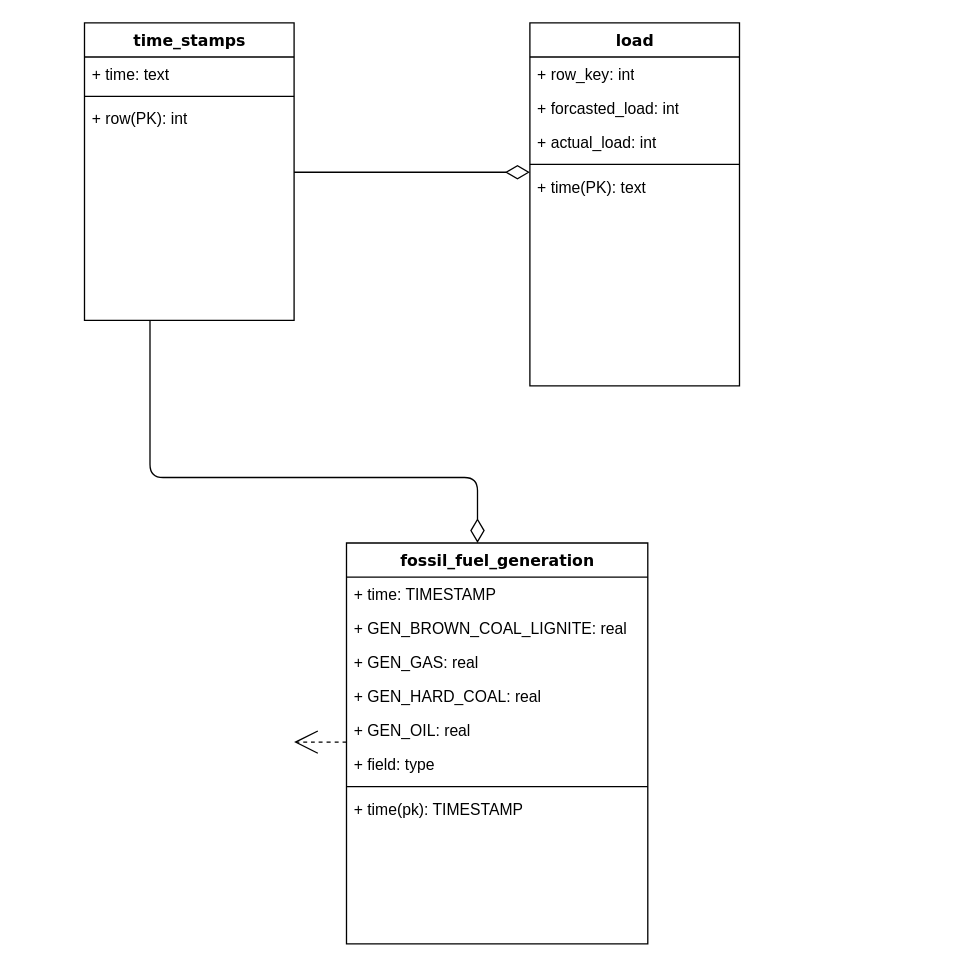
Earlier version of the draw.io diagram database_schema.drawio (gagaynor/renewable-energy-website). Source tidied: cells renumbered, new cells numbered last; positions are measured from the earlier drawing's top-left corner, leaving out a move shared by most shapes. Both pictures are drawn from the tidied source at 131%, with x=0, y=0 at pixel (84, 22).
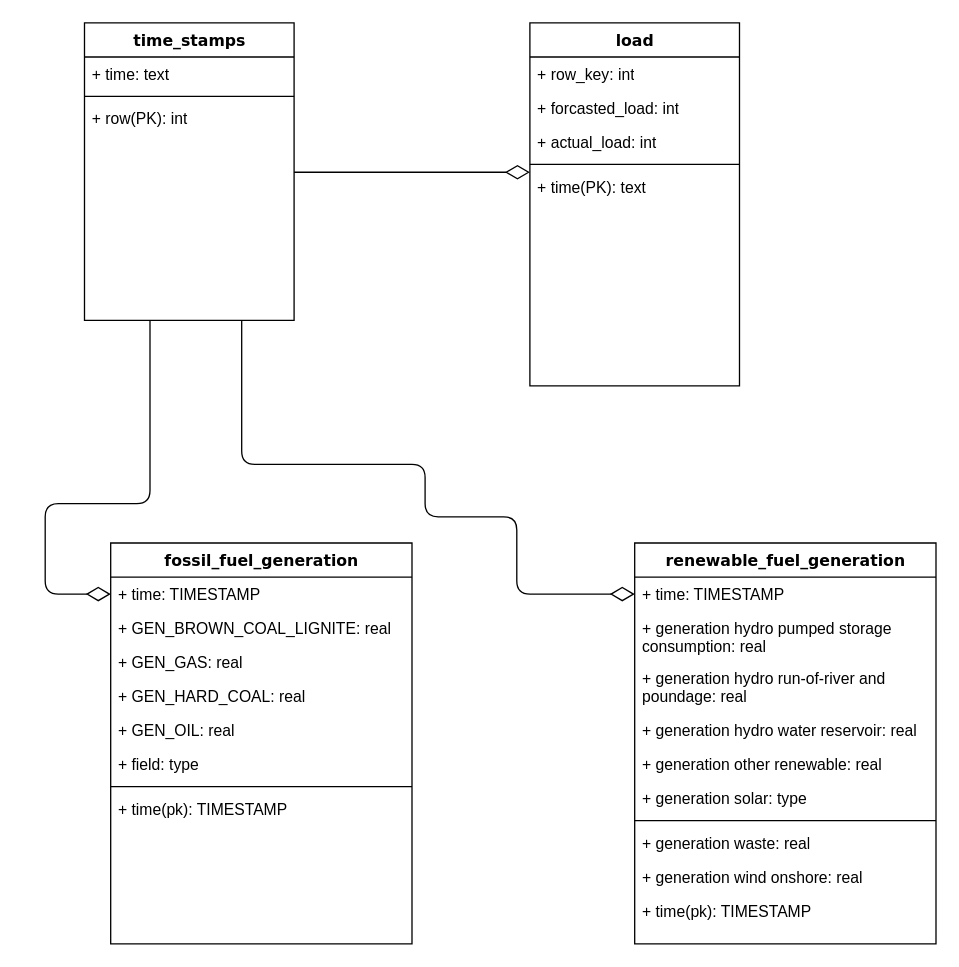
After the change.

The change refers to these unchanged cells:
```xml
<mxCell id="3" value="time_stamps" style="swimlane;html=1;fontStyle=1;align=center;verticalAlign=top;horizontal=1;startSize=26;swimlaneFillColor=#ffffff;rounded=0;shadow=0;comic=0;labelBackgroundColor=none;strokeWidth=1;fillColor=none;fontFamily=Verdana;fontSize=12;" parent="1" vertex="1">
  <mxGeometry width="160" height="227" as="geometry" />
</mxCell>
<mxCell id="15" value="+ time: TIMESTAMP" style="text;html=1;strokeColor=none;fillColor=none;align=left;verticalAlign=top;spacingLeft=4;spacingRight=4;whiteSpace=wrap;overflow=hidden;points=[[0,0.5],[1,0.5]];portConstraint=eastwest;" parent="14" vertex="1">
  <mxGeometry y="26" width="230" height="26" as="geometry" />
</mxCell>
```

What changed in the source:
```diff
@@
-    <mxCell id="2" style="edgeStyle=orthogonalEdgeStyle;html=1;labelBackgroundColor=none;startFill=0;startSize=8;endArrow=diamondThin;endFill=0;endSize=16;fontFamily=Verdana;fontSize=12;" parent="1" edge="1" source="3" target="14">
+    <mxCell id="2" style="edgeStyle=orthogonalEdgeStyle;html=1;labelBackgroundColor=none;startFill=0;startSize=8;endArrow=diamondThin;endFill=0;endSize=16;fontFamily=Verdana;fontSize=12;entryX=0;entryY=0.5;entryDx=0;entryDy=0;" parent="1" edge="1" source="3" target="15">
       <mxGeometry relative="1" as="geometry">
         <Array as="points">
-          <mxPoint x="50" y="347" />
-          <mxPoint x="300" y="347" />
+          <mxPoint x="50" y="367" />
+          <mxPoint x="-30" y="367" />
+          <mxPoint x="-30" y="436" />
         </Array>
       </mxGeometry>
     </mxCell>
@@
-    <mxCell id="13" style="edgeStyle=elbowEdgeStyle;html=1;labelBackgroundColor=none;startFill=0;startSize=8;endArrow=open;endFill=0;endSize=16;fontFamily=Verdana;fontSize=12;elbow=vertical;dashed=1;" parent="1" edge="1" source="14">
-      <mxGeometry relative="1" as="geometry">
-        <mxPoint x="160" y="549" as="targetPoint" />
-      </mxGeometry>
-    </mxCell>
     <mxCell id="14" value="fossil_fuel_generation" style="swimlane;html=1;fontStyle=1;align=center;verticalAlign=top;horizontal=1;startSize=26;swimlaneFillColor=#ffffff;rounded=0;shadow=0;comic=0;labelBackgroundColor=none;strokeWidth=1;fillColor=none;fontFamily=Verdana;fontSize=12;" parent="1" vertex="1">
-      <mxGeometry x="200" y="397" width="230" height="306" as="geometry" />
+      <mxGeometry x="20" y="397" width="230" height="306" as="geometry" />
     </mxCell>
@@
+    <mxCell id="24" value="renewable_fuel_generation" style="swimlane;html=1;fontStyle=1;align=center;verticalAlign=top;horizontal=1;startSize=26;swimlaneFillColor=#ffffff;rounded=0;shadow=0;comic=0;labelBackgroundColor=none;strokeWidth=1;fillColor=none;fontFamily=Verdana;fontSize=12;strokeColor=default;" parent="1" vertex="1">
+      <mxGeometry x="420" y="397" width="230" height="306" as="geometry" />
+    </mxCell>
+    <mxCell id="25" value="+ time: TIMESTAMP" style="text;html=1;strokeColor=none;fillColor=none;align=left;verticalAlign=top;spacingLeft=4;spacingRight=4;whiteSpace=wrap;overflow=hidden;points=[[0,0.5],[1,0.5]];portConstraint=eastwest;" parent="24" vertex="1">
+      <mxGeometry y="26" width="230" height="26" as="geometry" />
+    </mxCell>
+    <mxCell id="26" value="+ generation hydro pumped storage consumption: real" style="text;html=1;strokeColor=none;fillColor=none;align=left;verticalAlign=top;spacingLeft=4;spacingRight=4;whiteSpace=wrap;overflow=hidden;" parent="24" vertex="1">
+      <mxGeometry y="52" width="230" height="38" as="geometry" />
+    </mxCell>
+    <mxCell id="27" value="+ generation hydro run-of-river and poundage&lt;span style=&quot;background-color: initial;&quot;&gt;: real&lt;/span&gt;" style="text;html=1;strokeColor=none;fillColor=none;align=left;verticalAlign=top;spacingLeft=4;spacingRight=4;whiteSpace=wrap;overflow=hidden;" parent="24" vertex="1">
+      <mxGeometry y="90" width="230" height="40" as="geometry" />
+    </mxCell>
+    <mxCell id="28" value="+&amp;nbsp;generation hydro water reservoir&lt;span style=&quot;background-color: initial;&quot;&gt;: real&lt;/span&gt;" style="text;html=1;strokeColor=none;fillColor=none;align=left;verticalAlign=top;spacingLeft=4;spacingRight=4;whiteSpace=wrap;overflow=hidden;" parent="24" vertex="1">
+      <mxGeometry y="130" width="230" height="26" as="geometry" />
+    </mxCell>
+    <mxCell id="29" value="+&amp;nbsp;generation other renewable&lt;span style=&quot;background-color: initial;&quot;&gt;: real&lt;/span&gt;" style="text;html=1;strokeColor=none;fillColor=none;align=left;verticalAlign=top;spacingLeft=4;spacingRight=4;whiteSpace=wrap;overflow=hidden;" parent="24" vertex="1">
+      <mxGeometry y="156" width="230" height="26" as="geometry" />
+    </mxCell>
+    <mxCell id="30" value="+ generation solar: type" style="text;html=1;strokeColor=none;fillColor=none;align=left;verticalAlign=top;spacingLeft=4;spacingRight=4;whiteSpace=wrap;overflow=hidden;rounded=0;" parent="24" vertex="1">
+      <mxGeometry y="182" width="230" height="26" as="geometry" />
+    </mxCell>
+    <mxCell id="31" style="line;html=1;strokeWidth=1;fillColor=none;align=left;verticalAlign=middle;spacingTop=-1;spacingLeft=3;spacingRight=3;labelPosition=right;" parent="24" vertex="1">
+      <mxGeometry y="208" width="230" height="8" as="geometry" />
+    </mxCell>
+    <mxCell id="32" value="+ generation waste: real" style="text;html=1;strokeColor=none;fillColor=none;align=left;verticalAlign=top;spacingLeft=4;spacingRight=4;whiteSpace=wrap;overflow=hidden;" parent="24" vertex="1">
+      <mxGeometry y="216" width="230" height="26" as="geometry" />
+    </mxCell>
+    <mxCell id="33" value="+ generation wind onshore: real" style="text;html=1;strokeColor=none;fillColor=none;align=left;verticalAlign=top;spacingLeft=4;spacingRight=4;whiteSpace=wrap;overflow=hidden;" parent="24" vertex="1">
+      <mxGeometry y="242" width="230" height="26" as="geometry" />
+    </mxCell>
+    <mxCell id="34" value="+ time(pk): TIMESTAMP" style="text;html=1;strokeColor=none;fillColor=none;align=left;verticalAlign=top;spacingLeft=4;spacingRight=4;whiteSpace=wrap;overflow=hidden;" parent="24" vertex="1">
+      <mxGeometry y="268" width="230" height="26" as="geometry" />
+    </mxCell>
+    <mxCell id="35" style="edgeStyle=orthogonalEdgeStyle;html=1;labelBackgroundColor=none;startFill=0;startSize=8;endArrow=diamondThin;endFill=0;endSize=16;fontFamily=Verdana;fontSize=12;entryX=0;entryY=0.5;entryDx=0;entryDy=0;exitX=0.75;exitY=1;exitDx=0;exitDy=0;" parent="1" edge="1" source="3" target="25">
+      <mxGeometry relative="1" as="geometry">
+        <Array as="points">
+          <mxPoint x="120" y="337" />
+          <mxPoint x="260" y="337" />
+          <mxPoint x="260" y="377" />
+          <mxPoint x="330" y="377" />
+          <mxPoint x="330" y="436" />
+        </Array>
+      </mxGeometry>
+    </mxCell>
```
